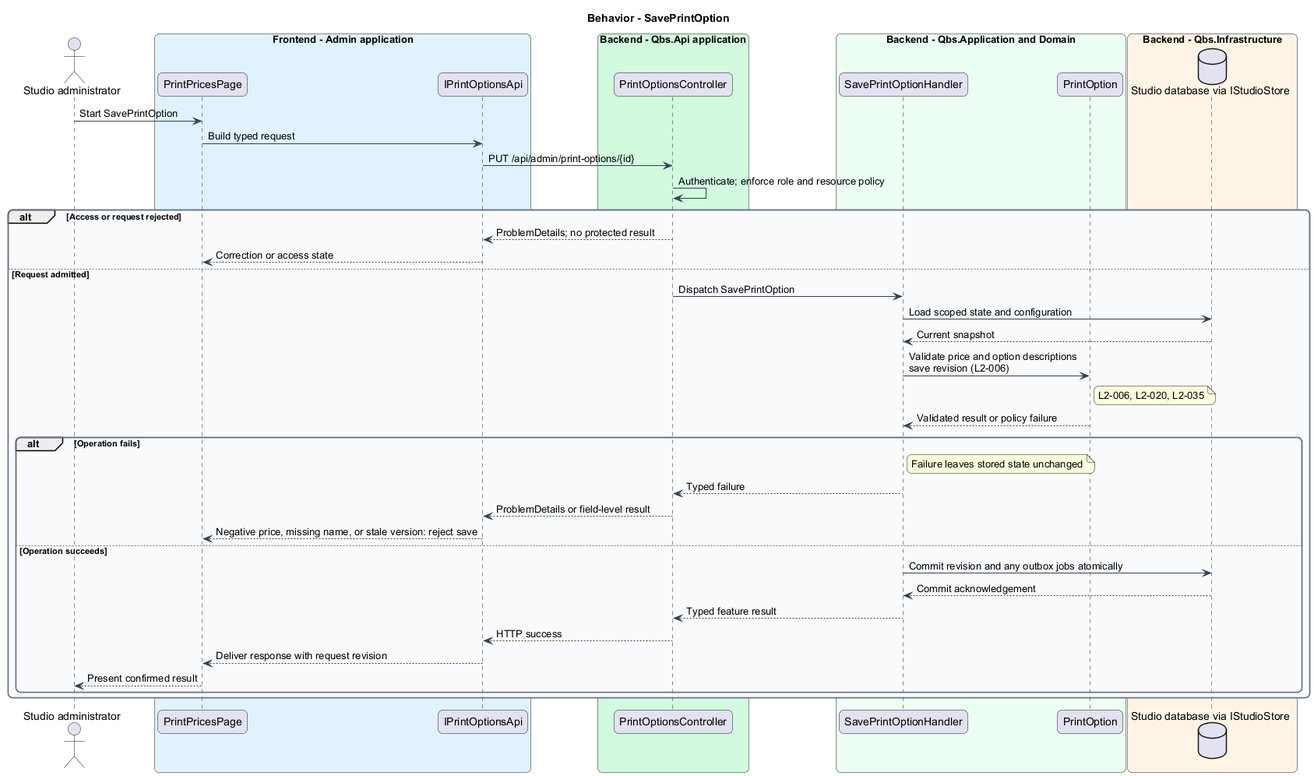
This is docs/detailed-designs/prints-and-albums/configure-and-display-print-prices/diagrams/sequence-save-print-option.png from QuinntyneBrown/quinntyne-brown-studio, a PlantUML export, as it was before one commit.
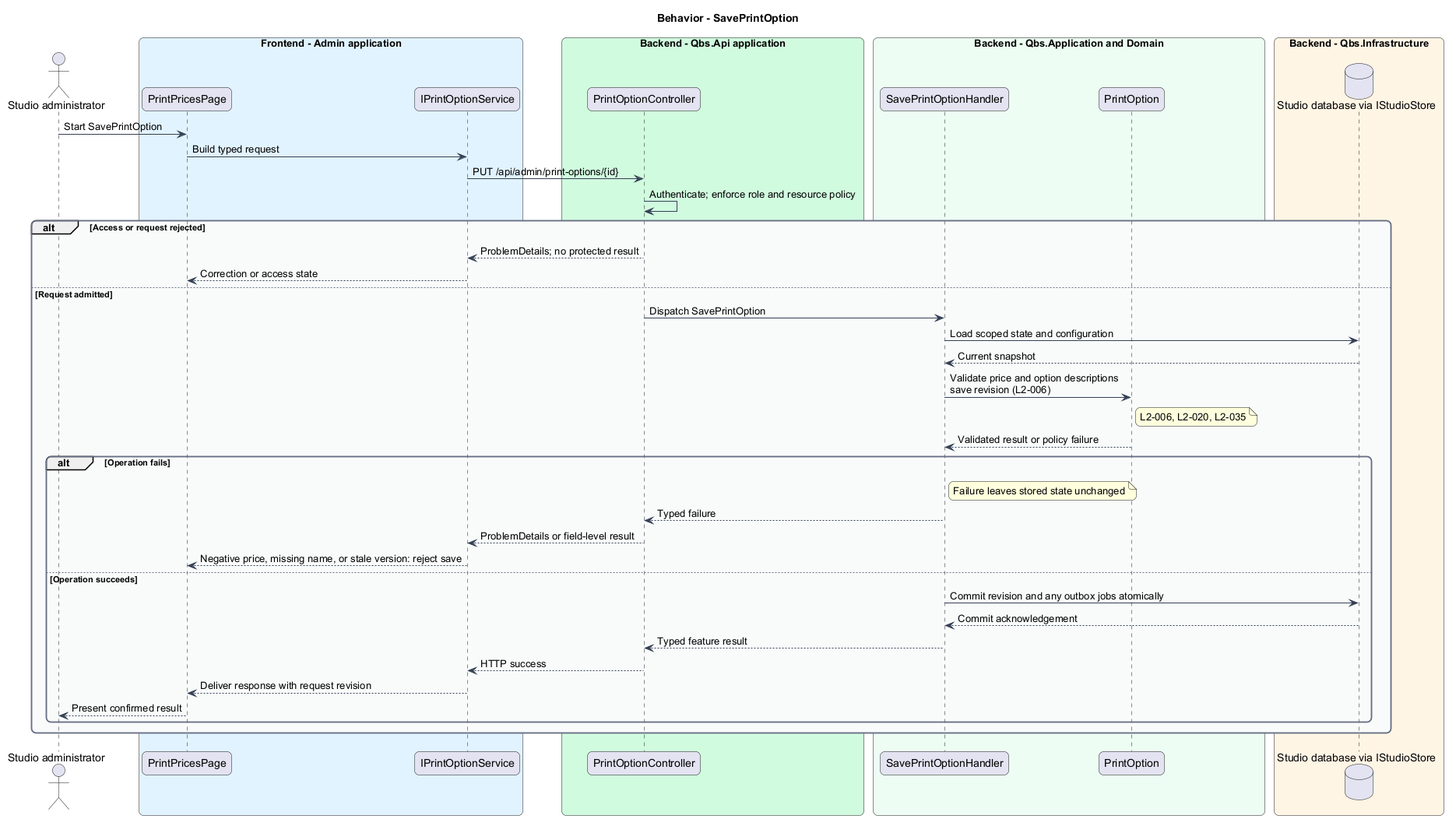
Later version of the same file.

Diff of the diagram source:
```diff
@@ -17,10 +17,10 @@
 actor "Studio administrator" as actor
 box "Frontend - Admin application" #E0F2FE
  participant "PrintPricesPage" as page
- participant "IPrintOptionsApi" as client
+ participant "IPrintOptionService" as client
 end box
 box "Backend - Qbs.Api application" #D1FADF
- participant "PrintOptionsController" as controller
+ participant "PrintOptionController" as controller
 end box
 box "Backend - Qbs.Application and Domain" #ECFDF3
  participant "SavePrintOptionHandler" as handler
```
